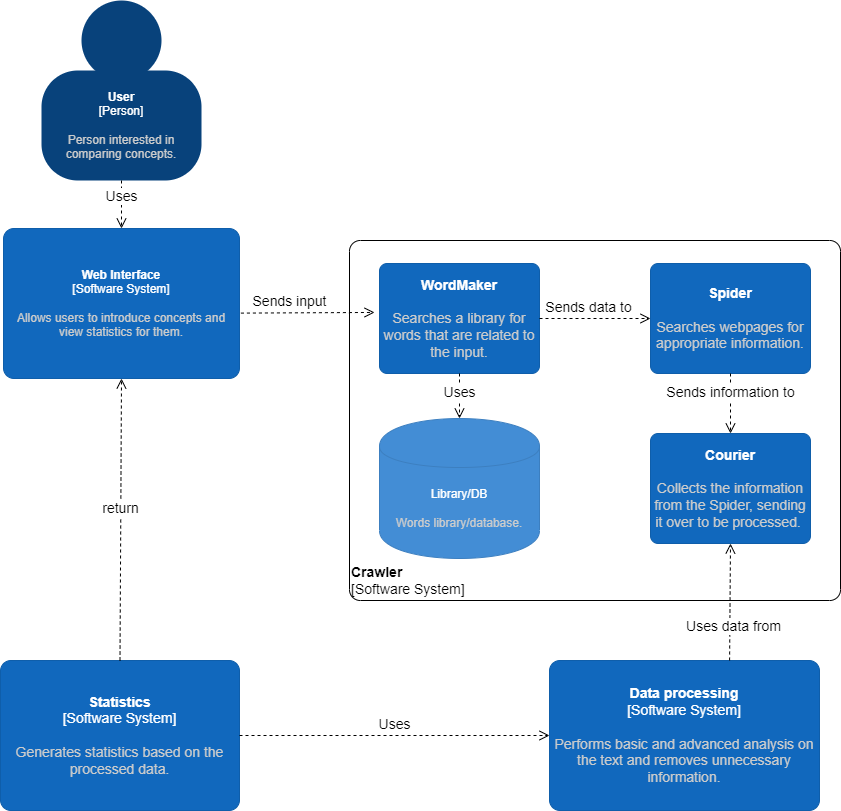
Above: Diagrams/Crawler/C4 - Level 2/C4_-_Level_2.png in teodorabreahna/IP-2022 (draw.io), before the change. Source tidied: cells renumbered, new cells last; positions are measured from the earlier drawing's top-left corner, leaving out a move shared by most shapes. Source of this version:
```xml
<mxGraphModel>
  <root>
    <mxCell id="0" />
    <mxCell id="1" parent="0" />
    <mxCell id="2" style="group;rounded=0;labelBackgroundColor=none;fillColor=none;fontColor=#ffffff;align=center;html=1;" parent="1" vertex="1">
      <mxGeometry x="41" width="160" height="180" as="geometry" />
    </mxCell>
    <object id="3" label="&lt;b&gt;User&lt;/b&gt;&lt;br&gt;&lt;div&gt;[Person]&lt;/div&gt;&lt;div&gt;&lt;br&gt;&lt;/div&gt;&lt;div&gt;&lt;font color=&quot;#cccccc&quot;&gt;Person interested in comparing concepts.&lt;/font&gt;&lt;/div&gt;" c4Description="Description" c4Name="name" c4Type="body" placeholders="1">
      <mxCell style="rounded=1;whiteSpace=wrap;html=1;labelBackgroundColor=none;fillColor=#08427b;fontColor=#ffffff;align=center;arcSize=33;strokeColor=3c7fc0;" parent="2" vertex="1">
        <mxGeometry y="70" width="160" height="110" as="geometry" />
      </mxCell>
    </object>
    <mxCell id="4" style="ellipse;whiteSpace=wrap;html=1;rounded=0;labelBackgroundColor=none;fillColor=#08427b;fontSize=12;fontColor=#ffffff;align=center;strokeColor=3c7fc0;" parent="2" vertex="1">
      <mxGeometry x="40" width="80" height="80" as="geometry" />
    </mxCell>
    <object id="5" label="&lt;b&gt;Web Interface&lt;/b&gt;&lt;div&gt;[Software System]&lt;/div&gt;&lt;div&gt;&lt;br&gt;&lt;/div&gt;&lt;div&gt;&lt;font color=&quot;#cccccc&quot;&gt;Allows users to introduce concepts and view statistics for them.&lt;/font&gt;&lt;/div&gt;" c4Description="Description" c4Name="name" c4Type="SoftwareSystem" placeholders="1">
      <mxCell style="rounded=1;whiteSpace=wrap;html=1;labelBackgroundColor=none;fillColor=#1168bd;fontColor=#ffffff;align=center;arcSize=7;strokeColor=#0f5eaa;" parent="1" vertex="1">
        <mxGeometry x="3" y="228" width="236" height="150" as="geometry" />
      </mxCell>
    </object>
    <mxCell id="6" value="&lt;font style=&quot;font-size: 14px&quot;&gt;Uses&lt;/font&gt;" style="html=1;verticalAlign=bottom;endArrow=open;dashed=1;endSize=8;rounded=0;exitX=0.5;exitY=1;exitDx=0;exitDy=0;" parent="1" edge="1" source="3" target="5">
      <mxGeometry x="0.14" relative="1" as="geometry" />
    </mxCell>
    <object id="7" label="&lt;div style=&quot;text-align: left&quot;&gt;&lt;b&gt;Crawler&lt;/b&gt;&lt;/div&gt;&lt;div style=&quot;text-align: left&quot;&gt;[Software System]&lt;/div&gt;" c4Application="applicationAndVersion" c4Name="name" c4Type="ExecutionEnvironment" placeholders="1">
      <mxCell style="rounded=1;whiteSpace=wrap;html=1;labelBackgroundColor=none;fillColor=#ffffff;fontColor=#000000;align=left;arcSize=3;strokeColor=#000000;verticalAlign=bottom;fontSize=14;" parent="1" vertex="1">
        <mxGeometry x="349" y="240" width="491" height="360" as="geometry" />
      </mxCell>
    </object>
    <mxCell id="8" value="Sends input" style="html=1;verticalAlign=bottom;endArrow=open;dashed=1;endSize=8;rounded=0;fontSize=14;exitX=1.006;exitY=0.564;exitDx=0;exitDy=0;exitPerimeter=0;entryX=-0.031;entryY=0.445;entryDx=0;entryDy=0;entryPerimeter=0;" parent="1" edge="1" source="5" target="9">
      <mxGeometry x="-0.27" relative="1" as="geometry" />
    </mxCell>
    <object id="9" label="&lt;b&gt;WordMaker&lt;br&gt;&lt;br&gt;&lt;/b&gt;&lt;div&gt;&lt;font color=&quot;#cccccc&quot;&gt;Searches a library for words that are related to the input.&lt;/font&gt;&lt;/div&gt;" c4Description="Description" c4Name="name" c4Type="SoftwareSystem" placeholders="1">
      <mxCell style="rounded=1;whiteSpace=wrap;html=1;labelBackgroundColor=none;fillColor=#1168bd;fontColor=#ffffff;align=center;arcSize=7;strokeColor=#0f5eaa;fontSize=14;" parent="1" vertex="1">
        <mxGeometry x="379" y="263" width="160" height="110" as="geometry" />
      </mxCell>
    </object>
    <object id="10" label="&lt;b&gt;Spider&lt;/b&gt;&lt;div&gt;&lt;br&gt;&lt;/div&gt;&lt;div&gt;&lt;font color=&quot;#cccccc&quot;&gt;Searches webpages for appropriate information.&lt;/font&gt;&lt;/div&gt;" c4Description="Description" c4Name="name" c4Type="SoftwareSystem" placeholders="1">
      <mxCell style="rounded=1;whiteSpace=wrap;html=1;labelBackgroundColor=none;fillColor=#1168bd;fontColor=#ffffff;align=center;arcSize=7;strokeColor=#0f5eaa;fontSize=14;" parent="1" vertex="1">
        <mxGeometry x="650" y="263" width="160" height="110" as="geometry" />
      </mxCell>
    </object>
    <mxCell id="11" value="Sends data to" style="html=1;verticalAlign=bottom;endArrow=open;dashed=1;endSize=8;rounded=0;fontSize=14;exitX=1;exitY=0.5;exitDx=0;exitDy=0;entryX=0;entryY=0.5;entryDx=0;entryDy=0;" parent="1" edge="1" source="9" target="10">
      <mxGeometry x="-0.11" relative="1" as="geometry" />
    </mxCell>
    <object id="12" label="&lt;b&gt;Courier&lt;br&gt;&lt;/b&gt;&lt;div&gt;&lt;br&gt;&lt;/div&gt;&lt;div&gt;&lt;font color=&quot;#cccccc&quot;&gt;Collects the information from the Spider, sending it over to be processed.&lt;/font&gt;&amp;nbsp;&lt;/div&gt;" c4Description="Description" c4Name="name" c4Type="SoftwareSystem" placeholders="1">
      <mxCell style="rounded=1;whiteSpace=wrap;html=1;labelBackgroundColor=none;fillColor=#1168bd;fontColor=#ffffff;align=center;arcSize=7;strokeColor=#0f5eaa;fontSize=14;" parent="1" vertex="1">
        <mxGeometry x="650" y="433" width="160" height="110" as="geometry" />
      </mxCell>
    </object>
    <mxCell id="13" value="Sends information to" style="html=1;verticalAlign=bottom;endArrow=open;dashed=1;endSize=8;rounded=0;fontSize=14;exitX=0.5;exitY=1;exitDx=0;exitDy=0;entryX=0.5;entryY=0;entryDx=0;entryDy=0;" parent="1" edge="1" source="10" target="12">
      <mxGeometry relative="1" as="geometry" />
    </mxCell>
    <object id="14" label="&lt;span&gt;Library/DB&lt;/span&gt;&lt;div&gt;&lt;br&gt;&lt;/div&gt;&lt;div&gt;&lt;font color=&quot;#cccccc&quot;&gt;Words library/database.&lt;/font&gt;&lt;/div&gt;" c4Description="Description" c4Technology="technology" c4Type="Database" placeholders="1">
      <mxCell style="shape=cylinder;whiteSpace=wrap;html=1;boundedLbl=1;rounded=0;labelBackgroundColor=none;fillColor=#438dd5;fontSize=12;fontColor=#ffffff;align=center;strokeColor=#3c7fc0;" parent="1" vertex="1">
        <mxGeometry x="379" y="418" width="160" height="140" as="geometry" />
      </mxCell>
    </object>
    <mxCell id="15" value="Uses" style="html=1;verticalAlign=bottom;endArrow=open;dashed=1;endSize=8;rounded=0;fontSize=14;exitX=0.5;exitY=1;exitDx=0;exitDy=0;entryX=0.5;entryY=0;entryDx=0;entryDy=0;" parent="1" edge="1" source="9" target="14">
      <mxGeometry x="0.33" relative="1" as="geometry" />
    </mxCell>
    <object id="16" label="&lt;b&gt;Data processing&lt;/b&gt;&lt;br&gt;&lt;div&gt;[Software System]&lt;/div&gt;&lt;div&gt;&lt;br&gt;&lt;/div&gt;&lt;div&gt;&lt;font color=&quot;#cccccc&quot;&gt;Performs basic and advanced analysis on the text and removes unnecessary information.&lt;/font&gt;&lt;/div&gt;" c4Description="Description" c4Name="name" c4Type="SoftwareSystem" placeholders="1">
      <mxCell style="rounded=1;whiteSpace=wrap;html=1;labelBackgroundColor=none;fillColor=#1168bd;fontColor=#ffffff;align=center;arcSize=7;strokeColor=#0f5eaa;fontSize=14;" parent="1" vertex="1">
        <mxGeometry x="549" y="660" width="270" height="150" as="geometry" />
      </mxCell>
    </object>
    <mxCell id="17" value="&lt;font color=&quot;#000000&quot;&gt;Uses data from&lt;/font&gt;" style="html=1;verticalAlign=bottom;endArrow=open;dashed=1;endSize=8;rounded=0;fontSize=14;fontColor=#CCCCCC;exitX=0.667;exitY=0;exitDx=0;exitDy=0;entryX=0.5;entryY=1;entryDx=0;entryDy=0;exitPerimeter=0;" parent="1" edge="1" source="16" target="12">
      <mxGeometry x="-0.6" y="-4" relative="1" as="geometry">
        <mxPoint y="1" as="offset" />
      </mxGeometry>
    </mxCell>
    <object id="18" label="&lt;b&gt;Statistics&lt;/b&gt;&lt;br&gt;&lt;div&gt;[Software System]&lt;/div&gt;&lt;div&gt;&lt;br&gt;&lt;/div&gt;&lt;div&gt;&lt;font color=&quot;#cccccc&quot;&gt;Generates statistics based on the processed data.&lt;/font&gt;&lt;/div&gt;" c4Description="Description" c4Name="name" c4Type="SoftwareSystem" placeholders="1">
      <mxCell style="rounded=1;whiteSpace=wrap;html=1;labelBackgroundColor=none;fillColor=#1168bd;fontColor=#ffffff;align=center;arcSize=7;strokeColor=#0f5eaa;fontSize=14;" parent="1" vertex="1">
        <mxGeometry y="660" width="239" height="150" as="geometry" />
      </mxCell>
    </object>
    <mxCell id="19" value="&lt;font color=&quot;#000000&quot;&gt;Uses&lt;/font&gt;" style="html=1;verticalAlign=bottom;endArrow=open;dashed=1;endSize=8;rounded=0;fontSize=14;fontColor=#CCCCCC;exitX=1;exitY=0.5;exitDx=0;exitDy=0;entryX=0;entryY=0.5;entryDx=0;entryDy=0;" parent="1" edge="1" source="18" target="16">
      <mxGeometry relative="1" as="geometry" />
    </mxCell>
    <mxCell id="20" value="return" style="html=1;verticalAlign=bottom;endArrow=open;dashed=1;endSize=8;rounded=0;fontSize=14;fontColor=#000000;exitX=0.5;exitY=0;exitDx=0;exitDy=0;entryX=0.5;entryY=1;entryDx=0;entryDy=0;" parent="1" edge="1" source="18" target="5">
      <mxGeometry relative="1" as="geometry" />
    </mxCell>
  </root>
</mxGraphModel>
```
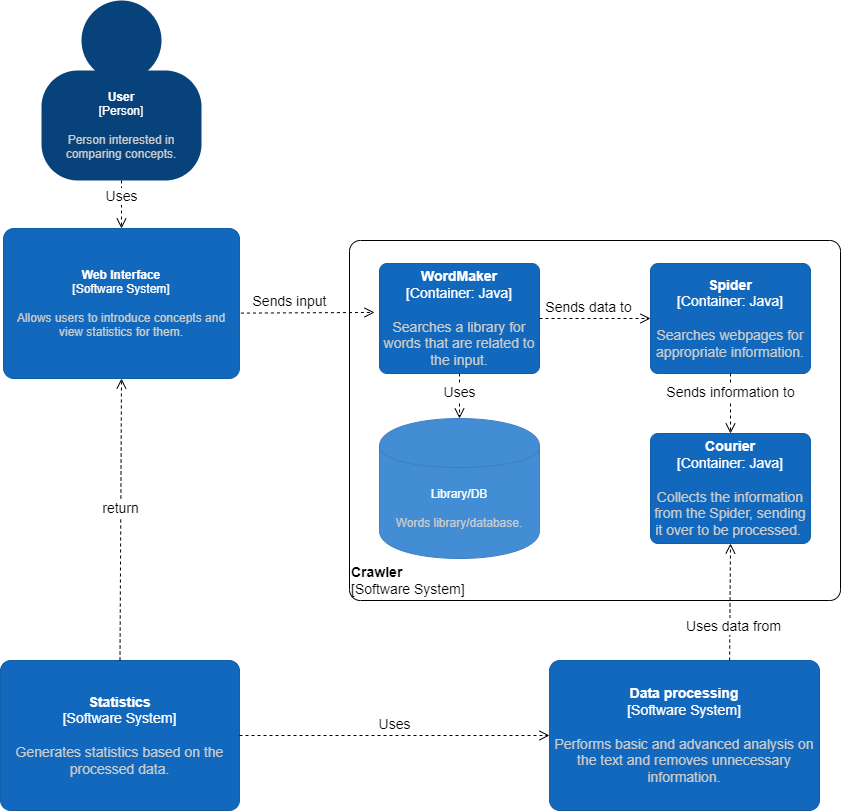
The same file after the commit.

The edit, as a diff of the source:
```diff
@@ -29,12 +29,12 @@
     <mxCell id="8" value="Sends input" style="html=1;verticalAlign=bottom;endArrow=open;dashed=1;endSize=8;rounded=0;fontSize=14;exitX=1.006;exitY=0.564;exitDx=0;exitDy=0;exitPerimeter=0;entryX=-0.031;entryY=0.445;entryDx=0;entryDy=0;entryPerimeter=0;" parent="1" edge="1" source="5" target="9">
       <mxGeometry x="-0.27" relative="1" as="geometry" />
     </mxCell>
-    <object id="9" label="&lt;b&gt;WordMaker&lt;br&gt;&lt;br&gt;&lt;/b&gt;&lt;div&gt;&lt;font color=&quot;#cccccc&quot;&gt;Searches a library for words that are related to the input.&lt;/font&gt;&lt;/div&gt;" c4Description="Description" c4Name="name" c4Type="SoftwareSystem" placeholders="1">
+    <object id="9" label="&lt;b&gt;WordMaker&lt;/b&gt;&lt;br&gt;[Container: Java]&lt;br&gt;&lt;br&gt;&lt;div&gt;&lt;font color=&quot;#cccccc&quot;&gt;Searches a library for words that are related to the input.&lt;/font&gt;&lt;/div&gt;" c4Description="Description" c4Name="name" c4Type="SoftwareSystem" placeholders="1">
       <mxCell style="rounded=1;whiteSpace=wrap;html=1;labelBackgroundColor=none;fillColor=#1168bd;fontColor=#ffffff;align=center;arcSize=7;strokeColor=#0f5eaa;fontSize=14;" parent="1" vertex="1">
         <mxGeometry x="379" y="263" width="160" height="110" as="geometry" />
       </mxCell>
     </object>
-    <object id="10" label="&lt;b&gt;Spider&lt;/b&gt;&lt;div&gt;&lt;br&gt;&lt;/div&gt;&lt;div&gt;&lt;font color=&quot;#cccccc&quot;&gt;Searches webpages for appropriate information.&lt;/font&gt;&lt;/div&gt;" c4Description="Description" c4Name="name" c4Type="SoftwareSystem" placeholders="1">
+    <object id="10" label="&lt;b&gt;Spider&lt;br&gt;&lt;/b&gt;[Container: Java]&lt;b&gt;&lt;br&gt;&lt;/b&gt;&lt;div&gt;&lt;br&gt;&lt;/div&gt;&lt;div&gt;&lt;font color=&quot;#cccccc&quot;&gt;Searches webpages for appropriate information.&lt;/font&gt;&lt;/div&gt;" c4Description="Description" c4Name="name" c4Type="SoftwareSystem" placeholders="1">
       <mxCell style="rounded=1;whiteSpace=wrap;html=1;labelBackgroundColor=none;fillColor=#1168bd;fontColor=#ffffff;align=center;arcSize=7;strokeColor=#0f5eaa;fontSize=14;" parent="1" vertex="1">
         <mxGeometry x="650" y="263" width="160" height="110" as="geometry" />
       </mxCell>
@@ -42,7 +42,7 @@
     <mxCell id="11" value="Sends data to" style="html=1;verticalAlign=bottom;endArrow=open;dashed=1;endSize=8;rounded=0;fontSize=14;exitX=1;exitY=0.5;exitDx=0;exitDy=0;entryX=0;entryY=0.5;entryDx=0;entryDy=0;" parent="1" edge="1" source="9" target="10">
       <mxGeometry x="-0.11" relative="1" as="geometry" />
     </mxCell>
-    <object id="12" label="&lt;b&gt;Courier&lt;br&gt;&lt;/b&gt;&lt;div&gt;&lt;br&gt;&lt;/div&gt;&lt;div&gt;&lt;font color=&quot;#cccccc&quot;&gt;Collects the information from the Spider, sending it over to be processed.&lt;/font&gt;&amp;nbsp;&lt;/div&gt;" c4Description="Description" c4Name="name" c4Type="SoftwareSystem" placeholders="1">
+    <object id="12" label="&lt;b&gt;Courier&lt;br&gt;&lt;/b&gt;&lt;div&gt;[Container: Java]&lt;br&gt;&lt;/div&gt;&lt;div&gt;&lt;br&gt;&lt;/div&gt;&lt;div&gt;&lt;font color=&quot;#cccccc&quot;&gt;Collects the information from the Spider, sending it over to be processed.&lt;/font&gt;&amp;nbsp;&lt;/div&gt;" c4Description="Description" c4Name="name" c4Type="SoftwareSystem" placeholders="1">
       <mxCell style="rounded=1;whiteSpace=wrap;html=1;labelBackgroundColor=none;fillColor=#1168bd;fontColor=#ffffff;align=center;arcSize=7;strokeColor=#0f5eaa;fontSize=14;" parent="1" vertex="1">
         <mxGeometry x="650" y="433" width="160" height="110" as="geometry" />
       </mxCell>
```
